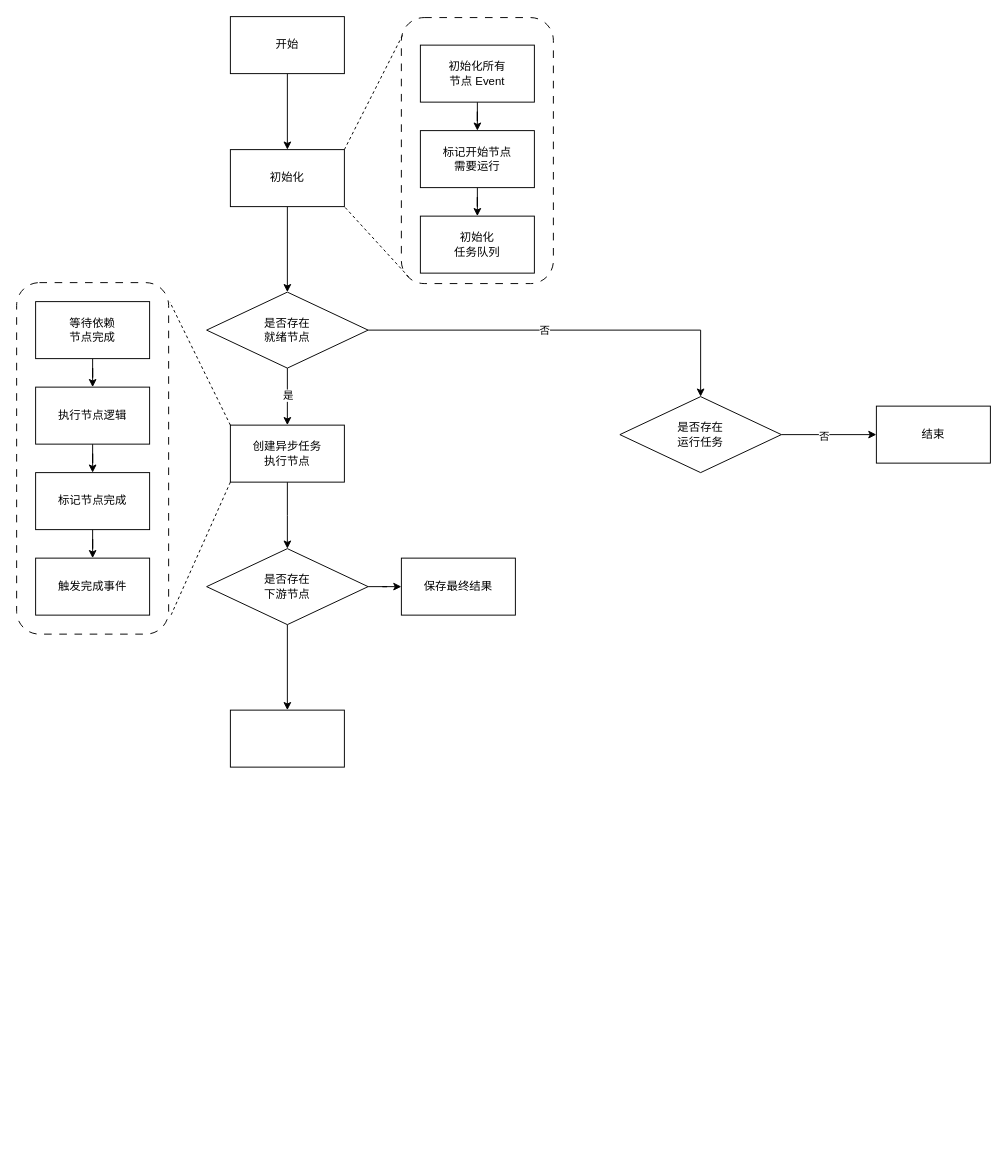
This is ED-BFS算法.drawio from huaxiaojilzg/workflow_draw, a draw.io file, before an edit. Source tidied: cells renumbered, new cells numbered last; positions are measured from the earlier drawing's top-left corner, leaving out a move shared by most shapes. Both pictures are drawn from the tidied source at 95%, with x=0, y=0 at pixel (16, 16).
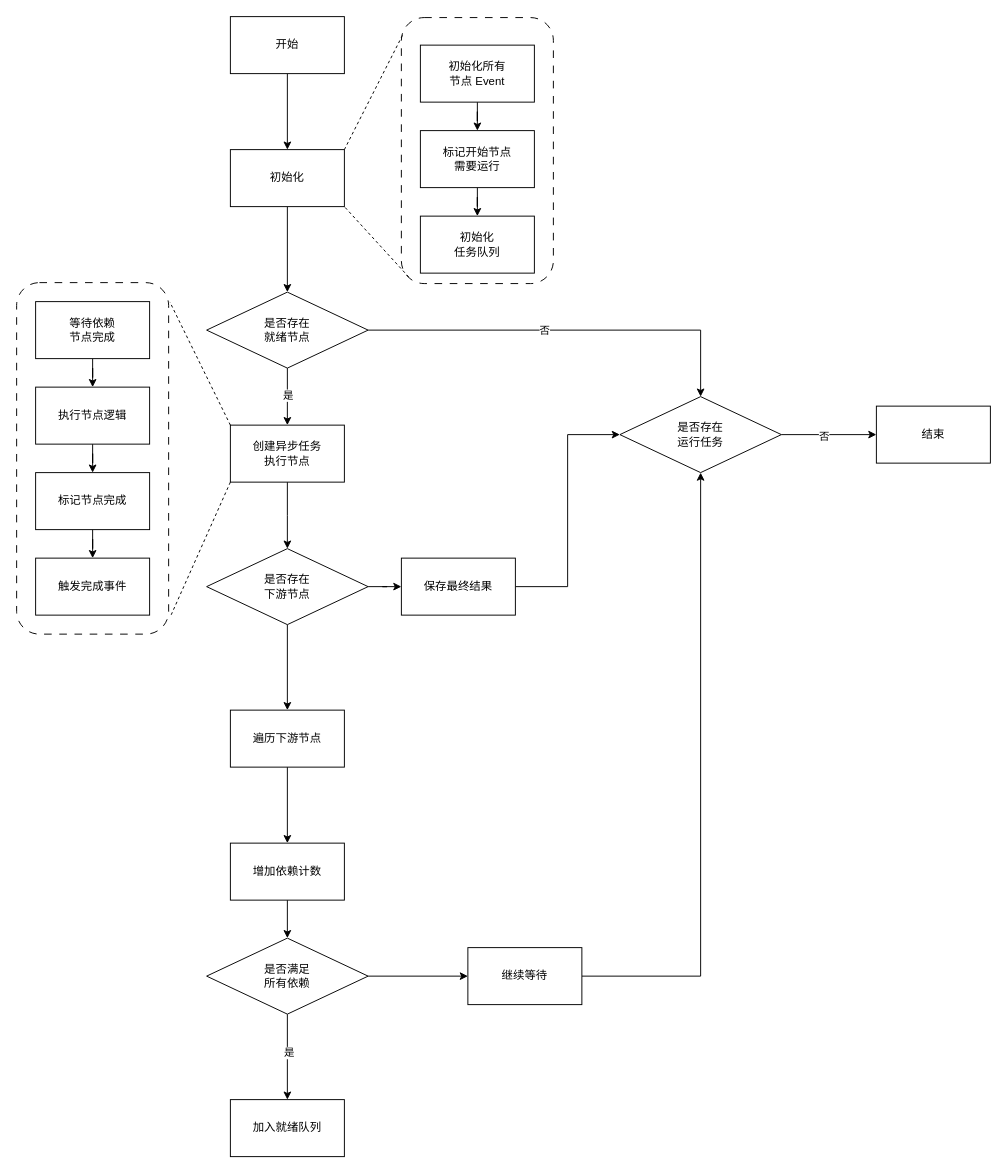
The same diagram, later.

Unchanged cells that the change refers to:
```xml
<mxCell id="13" value="是否存在&lt;div&gt;运行任务&lt;/div&gt;" style="rhombus;whiteSpace=wrap;html=1;rounded=0;" parent="1" vertex="1">
  <mxGeometry x="635" y="400" width="170" height="80" as="geometry" />
</mxCell>
<mxCell id="41" value="保存最终结果" style="whiteSpace=wrap;html=1;rounded=0;" parent="1" vertex="1">
  <mxGeometry x="405" y="570" width="120" height="60" as="geometry" />
</mxCell>
```

The edit, as a diff of the source:
```diff
@@
+    <mxCell id="42" style="edgeStyle=orthogonalEdgeStyle;rounded=0;jettySize=auto;html=1;" parent="1" edge="1" source="40" target="45">
+      <mxGeometry relative="1" as="geometry" />
+    </mxCell>
-    <mxCell id="40" style="whiteSpace=wrap;html=1;rounded=0;" parent="1" vertex="1">
+    <mxCell id="40" value="遍历下游节点" style="whiteSpace=wrap;html=1;rounded=0;" parent="1" vertex="1">
       <mxGeometry x="225" y="730" width="120" height="60" as="geometry" />
     </mxCell>
+    <mxCell id="43" style="edgeStyle=orthogonalEdgeStyle;rounded=0;jettySize=auto;html=1;exitX=1;exitY=0.5;exitDx=0;exitDy=0;entryX=0;entryY=0.5;entryDx=0;entryDy=0;" parent="1" edge="1" source="41" target="13">
+      <mxGeometry relative="1" as="geometry" />
+    </mxCell>
@@
+    <mxCell id="44" style="edgeStyle=orthogonalEdgeStyle;rounded=0;jettySize=auto;html=1;" parent="1" edge="1" source="45" target="49">
+      <mxGeometry relative="1" as="geometry" />
+    </mxCell>
+    <mxCell id="45" value="增加依赖计数" style="whiteSpace=wrap;html=1;rounded=0;" parent="1" vertex="1">
+      <mxGeometry x="225" y="870" width="120" height="60" as="geometry" />
+    </mxCell>
+    <mxCell id="46" style="edgeStyle=orthogonalEdgeStyle;rounded=0;jettySize=auto;html=1;" parent="1" edge="1" source="49" target="50">
+      <mxGeometry relative="1" as="geometry" />
+    </mxCell>
+    <mxCell id="47" value="是" style="edgeLabel;html=1;align=center;verticalAlign=middle;" parent="46" vertex="1">
+      <mxGeometry x="-0.11" y="1" relative="1" as="geometry" />
+    </mxCell>
+    <mxCell id="48" style="edgeStyle=orthogonalEdgeStyle;rounded=0;jettySize=auto;html=1;" parent="1" edge="1" source="49" target="52">
+      <mxGeometry relative="1" as="geometry" />
+    </mxCell>
+    <mxCell id="49" value="是否满足&lt;br&gt;所有依赖" style="rhombus;whiteSpace=wrap;html=1;rounded=0;" parent="1" vertex="1">
+      <mxGeometry x="200" y="970" width="170" height="80" as="geometry" />
+    </mxCell>
+    <mxCell id="50" value="加入就绪队列" style="whiteSpace=wrap;html=1;rounded=0;" parent="1" vertex="1">
+      <mxGeometry x="225" y="1140" width="120" height="60" as="geometry" />
+    </mxCell>
+    <mxCell id="51" style="edgeStyle=orthogonalEdgeStyle;rounded=0;jettySize=auto;html=1;exitX=1;exitY=0.5;exitDx=0;exitDy=0;entryX=0.5;entryY=1;entryDx=0;entryDy=0;" parent="1" edge="1" source="52" target="13">
+      <mxGeometry relative="1" as="geometry" />
+    </mxCell>
+    <mxCell id="52" value="继续等待" style="whiteSpace=wrap;html=1;rounded=0;" parent="1" vertex="1">
+      <mxGeometry x="475" y="980" width="120" height="60" as="geometry" />
+    </mxCell>
```
